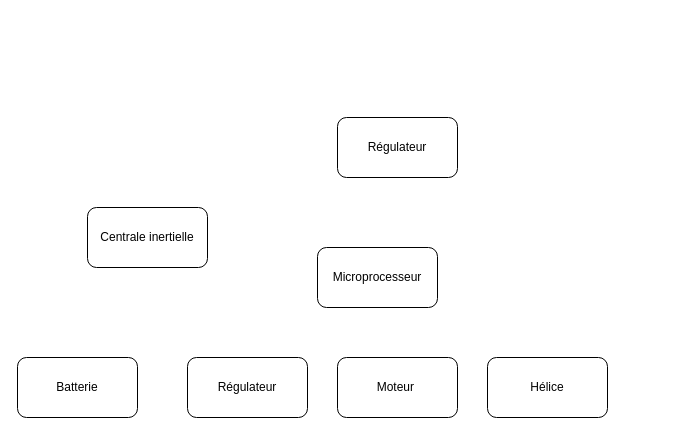
The draw.io diagram Diagramme sans nom.drawio in 0reoAurelien/projet-hovercraft, before the edit. Source tidied: cells renumbered, new cells numbered last; positions are measured from the earlier drawing's top-left corner, leaving out a move shared by most shapes. Both pictures are drawn from the tidied source at 100%, with x=0, y=0 at pixel (17, 117).
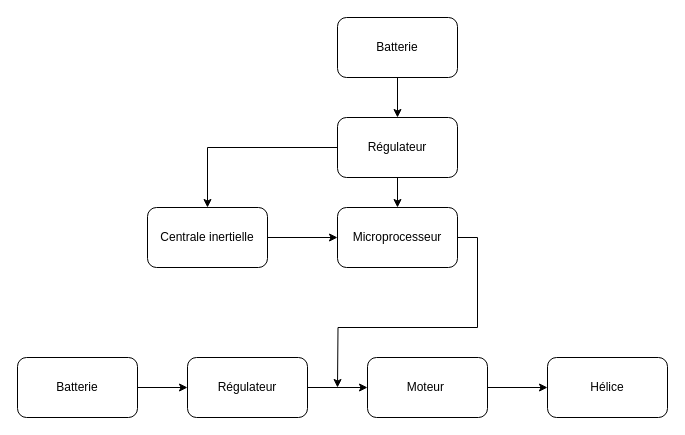
After the change.

Commit message:
Mettre à jour Diagramme sans nom.drawio

Change to the diagram source:
```diff
@@
 <mxGraphModel>
   <root>
     <mxCell id="0" />
     <mxCell id="1" parent="0" />
+    <mxCell id="9" style="edgeStyle=orthogonalEdgeStyle;rounded=0;jettySize=auto;html=1;exitX=1;exitY=0.5;exitDx=0;exitDy=0;entryX=0;entryY=0.5;entryDx=0;entryDy=0;" parent="1" edge="1" source="2" target="5">
+      <mxGeometry relative="1" as="geometry" />
+    </mxCell>
     <mxCell id="2" value="Moteur&amp;nbsp;" style="rounded=1;whiteSpace=wrap;html=1;" parent="1" vertex="1">
-      <mxGeometry x="320" y="240" width="120" height="60" as="geometry" />
+      <mxGeometry x="350" y="240" width="120" height="60" as="geometry" />
     </mxCell>
+    <mxCell id="10" style="edgeStyle=orthogonalEdgeStyle;rounded=0;jettySize=auto;html=1;exitX=1;exitY=0.5;exitDx=0;exitDy=0;entryX=0;entryY=0.5;entryDx=0;entryDy=0;" parent="1" edge="1" source="3" target="4">
+      <mxGeometry relative="1" as="geometry" />
+    </mxCell>
     <mxCell id="3" value="Centrale inertielle" style="rounded=1;whiteSpace=wrap;html=1;" parent="1" vertex="1">
-      <mxGeometry x="70" y="90" width="120" height="60" as="geometry" />
+      <mxGeometry x="130" y="90" width="120" height="60" as="geometry" />
     </mxCell>
+    <mxCell id="11" style="edgeStyle=orthogonalEdgeStyle;rounded=0;jettySize=auto;html=1;exitX=1;exitY=0.5;exitDx=0;exitDy=0;" parent="1" edge="1" source="4">
+      <mxGeometry relative="1" as="geometry">
+        <mxPoint x="320" y="270" as="targetPoint" />
+      </mxGeometry>
+    </mxCell>
     <mxCell id="4" value="Microprocesseur" style="rounded=1;whiteSpace=wrap;html=1;" parent="1" vertex="1">
-      <mxGeometry x="300" y="130" width="120" height="60" as="geometry" />
+      <mxGeometry x="320" y="90" width="120" height="60" as="geometry" />
     </mxCell>
     <mxCell id="5" value="Hélice" style="rounded=1;whiteSpace=wrap;html=1;" parent="1" vertex="1">
-      <mxGeometry x="470" y="240" width="120" height="60" as="geometry" />
+      <mxGeometry x="530" y="240" width="120" height="60" as="geometry" />
     </mxCell>
+    <mxCell id="12" style="edgeStyle=orthogonalEdgeStyle;rounded=0;jettySize=auto;html=1;exitX=0.5;exitY=1;exitDx=0;exitDy=0;entryX=0.5;entryY=0;entryDx=0;entryDy=0;" parent="1" edge="1" source="6" target="4">
+      <mxGeometry relative="1" as="geometry" />
+    </mxCell>
+    <mxCell id="13" style="edgeStyle=orthogonalEdgeStyle;rounded=0;jettySize=auto;html=1;exitX=0;exitY=0.5;exitDx=0;exitDy=0;entryX=0.5;entryY=0;entryDx=0;entryDy=0;" parent="1" edge="1" source="6" target="3">
+      <mxGeometry relative="1" as="geometry" />
+    </mxCell>
     <mxCell id="6" value="Régulateur" style="rounded=1;whiteSpace=wrap;html=1;" parent="1" vertex="1">
       <mxGeometry x="320" width="120" height="60" as="geometry" />
     </mxCell>
+    <mxCell id="14" style="edgeStyle=orthogonalEdgeStyle;rounded=0;jettySize=auto;html=1;exitX=1;exitY=0.5;exitDx=0;exitDy=0;entryX=0;entryY=0.5;entryDx=0;entryDy=0;" parent="1" edge="1" source="7" target="2">
+      <mxGeometry relative="1" as="geometry" />
+    </mxCell>
     <mxCell id="7" value="Régulateur" style="rounded=1;whiteSpace=wrap;html=1;" parent="1" vertex="1">
       <mxGeometry x="170" y="240" width="120" height="60" as="geometry" />
     </mxCell>
+    <mxCell id="15" style="edgeStyle=orthogonalEdgeStyle;rounded=0;jettySize=auto;html=1;exitX=1;exitY=0.5;exitDx=0;exitDy=0;entryX=0;entryY=0.5;entryDx=0;entryDy=0;" parent="1" edge="1" source="8" target="7">
+      <mxGeometry relative="1" as="geometry" />
+    </mxCell>
     <mxCell id="8" value="Batterie" style="rounded=1;whiteSpace=wrap;html=1;" parent="1" vertex="1">
       <mxGeometry y="240" width="120" height="60" as="geometry" />
     </mxCell>
+    <mxCell id="16" style="edgeStyle=orthogonalEdgeStyle;rounded=0;jettySize=auto;html=1;exitX=0.5;exitY=1;exitDx=0;exitDy=0;entryX=0.5;entryY=0;entryDx=0;entryDy=0;" parent="1" edge="1" source="17" target="6">
+      <mxGeometry relative="1" as="geometry" />
+    </mxCell>
+    <mxCell id="17" value="Batterie" style="rounded=1;whiteSpace=wrap;html=1;" parent="1" vertex="1">
+      <mxGeometry x="320" y="-100" width="120" height="60" as="geometry" />
+    </mxCell>
   </root>
 </mxGraphModel>
```
